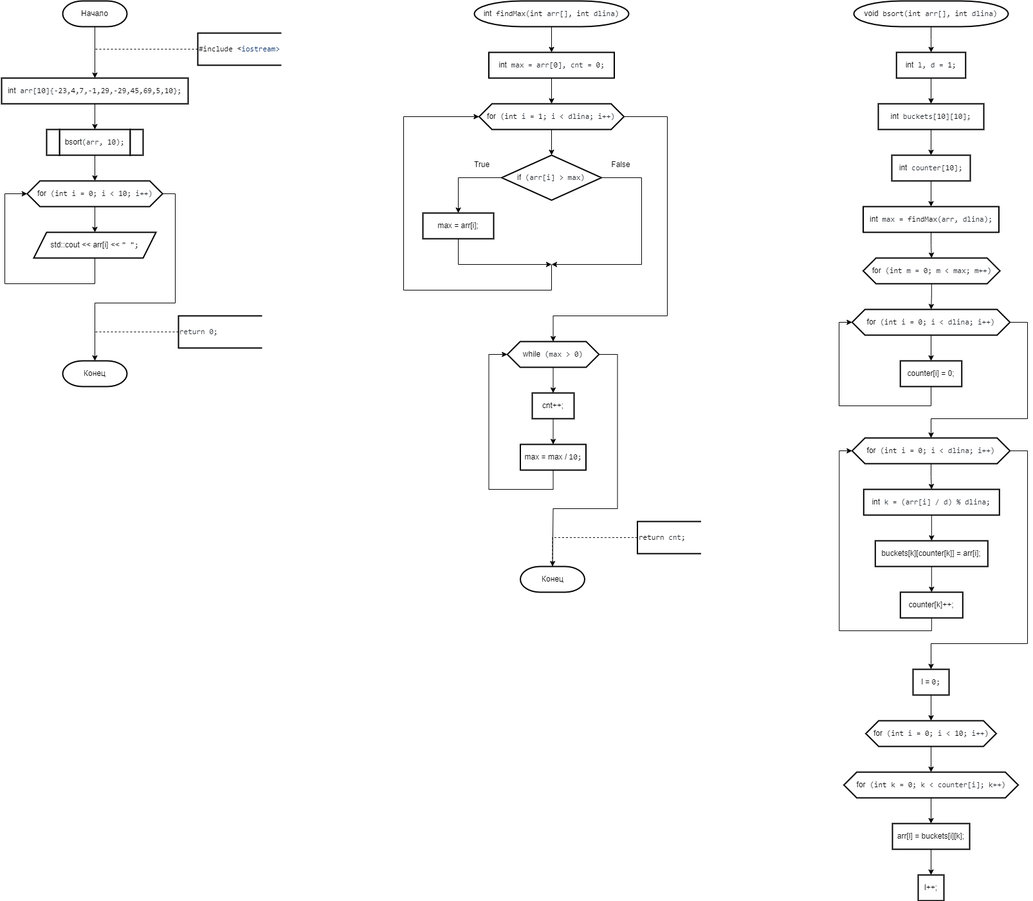
The draw.io diagram 2 Семестр/Labs/№9 Сложные сортировки быстрая (Хоара), слиянием, подсчетом, блочная, Шелла/Блочная.png in IlyaFedoseev227/LABS-PNRPU-IVT-22-1b, before a commit. Source tidied: cells renumbered, new cells last; positions are measured from the earlier drawing's top-left corner, leaving out a move shared by most shapes.
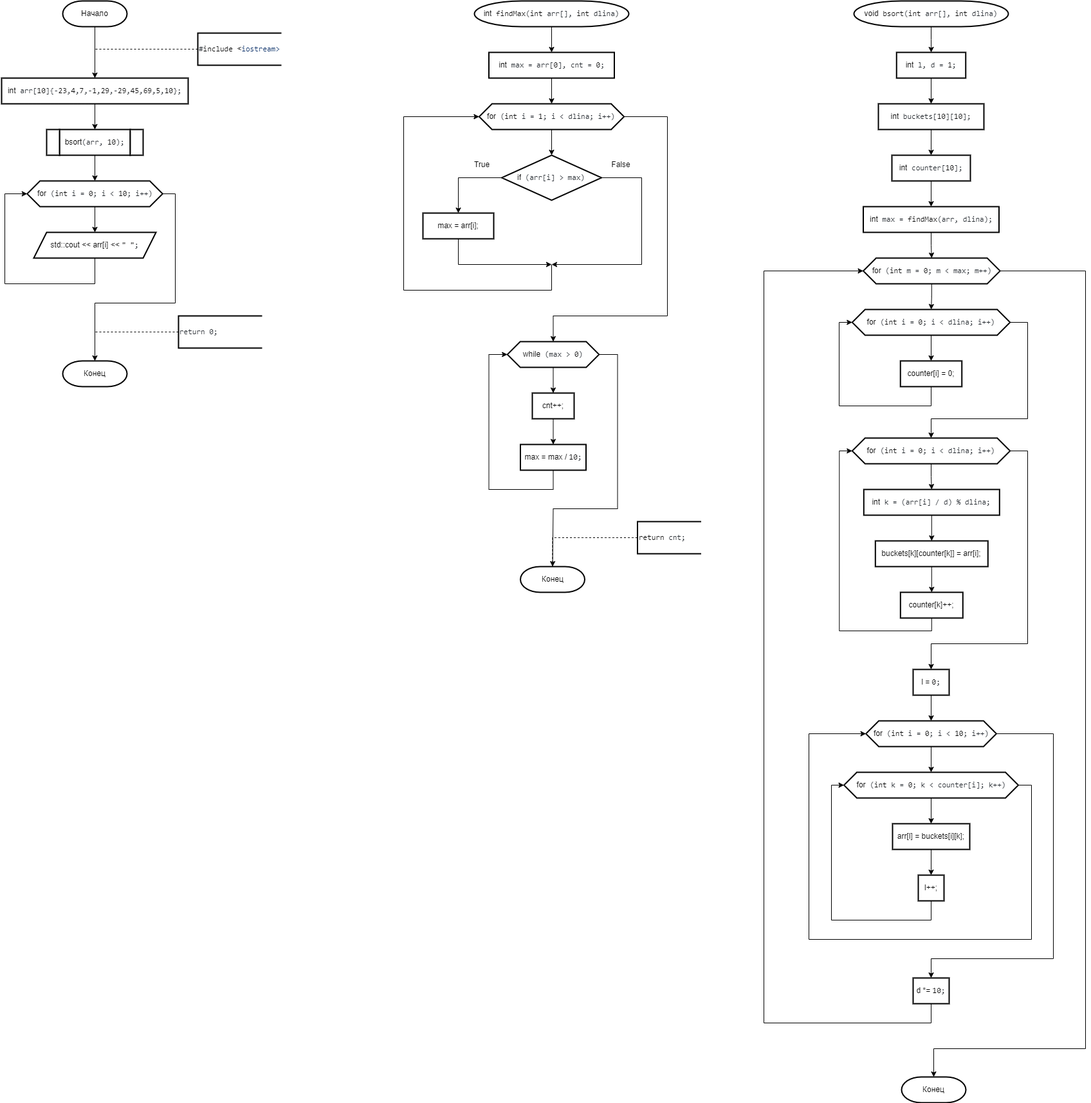
Later version of the same file.

The edit, as a diff of the source:
```diff
@@ -224,6 +224,15 @@
     <mxCell id="55" style="edgeStyle=orthogonalEdgeStyle;rounded=0;jettySize=auto;html=1;exitX=0.5;exitY=1;exitDx=0;exitDy=0;" parent="1" edge="1" source="56" target="59">
       <mxGeometry relative="1" as="geometry" />
     </mxCell>
+    <mxCell id="80" style="edgeStyle=orthogonalEdgeStyle;rounded=0;jettySize=auto;html=1;exitX=1;exitY=0.5;exitDx=0;exitDy=0;entryX=0.5;entryY=0;entryDx=0;entryDy=0;entryPerimeter=0;" parent="1" edge="1" source="56" target="86">
+      <mxGeometry relative="1" as="geometry">
+        <Array as="points">
+          <mxPoint x="1685" y="420" />
+          <mxPoint x="1685" y="1630" />
+          <mxPoint x="1449" y="1630" />
+        </Array>
+      </mxGeometry>
+    </mxCell>
     <mxCell id="56" value="&lt;div style=&quot;text-align: start;&quot;&gt;for&lt;span style=&quot;color: rgb(36, 41, 47); font-family: ui-monospace, SFMono-Regular, &amp;quot;SF Mono&amp;quot;, Menlo, Consolas, &amp;quot;Liberation Mono&amp;quot;, monospace; background-color: rgb(255, 255, 255);&quot;&gt; (&lt;/span&gt;&lt;span style=&quot;box-sizing: border-box; color: var(--color-prettylights-syntax-keyword); font-family: ui-monospace, SFMono-Regular, &amp;quot;SF Mono&amp;quot;, Menlo, Consolas, &amp;quot;Liberation Mono&amp;quot;, monospace; background-color: rgb(255, 255, 255);&quot; class=&quot;pl-k&quot;&gt;int&lt;/span&gt;&lt;span style=&quot;color: rgb(36, 41, 47); font-family: ui-monospace, SFMono-Regular, &amp;quot;SF Mono&amp;quot;, Menlo, Consolas, &amp;quot;Liberation Mono&amp;quot;, monospace; background-color: rgb(255, 255, 255);&quot;&gt; m = &lt;/span&gt;&lt;span style=&quot;box-sizing: border-box; color: var(--color-prettylights-syntax-constant); font-family: ui-monospace, SFMono-Regular, &amp;quot;SF Mono&amp;quot;, Menlo, Consolas, &amp;quot;Liberation Mono&amp;quot;, monospace; background-color: rgb(255, 255, 255);&quot; class=&quot;pl-c1&quot;&gt;0&lt;/span&gt;&lt;span style=&quot;color: rgb(36, 41, 47); font-family: ui-monospace, SFMono-Regular, &amp;quot;SF Mono&amp;quot;, Menlo, Consolas, &amp;quot;Liberation Mono&amp;quot;, monospace; background-color: rgb(255, 255, 255);&quot;&gt;; m &amp;lt; max; m++)&lt;/span&gt;&lt;br&gt;&lt;/div&gt;" style="shape=hexagon;perimeter=hexagonPerimeter2;whiteSpace=wrap;html=1;fixedSize=1;strokeWidth=2;" parent="1" vertex="1">
       <mxGeometry x="1339.5" y="400" width="212.6" height="40" as="geometry" />
     </mxCell>
@@ -296,12 +305,31 @@
     <mxCell id="73" style="edgeStyle=orthogonalEdgeStyle;rounded=0;jettySize=auto;html=1;exitX=0.5;exitY=1;exitDx=0;exitDy=0;" parent="1" edge="1" source="74" target="76">
       <mxGeometry relative="1" as="geometry" />
     </mxCell>
+    <mxCell id="81" style="edgeStyle=orthogonalEdgeStyle;rounded=0;jettySize=auto;html=1;exitX=1;exitY=0.5;exitDx=0;exitDy=0;entryX=0.5;entryY=0;entryDx=0;entryDy=0;" parent="1" edge="1" source="74" target="85">
+      <mxGeometry relative="1" as="geometry">
+        <Array as="points">
+          <mxPoint x="1635" y="1140" />
+          <mxPoint x="1635" y="1490" />
+          <mxPoint x="1445" y="1490" />
+        </Array>
+      </mxGeometry>
+    </mxCell>
     <mxCell id="74" value="&lt;div style=&quot;text-align: start;&quot;&gt;for&lt;span style=&quot;color: rgb(36, 41, 47); font-family: ui-monospace, SFMono-Regular, &amp;quot;SF Mono&amp;quot;, Menlo, Consolas, &amp;quot;Liberation Mono&amp;quot;, monospace; background-color: rgb(255, 255, 255);&quot;&gt; (&lt;/span&gt;&lt;span style=&quot;box-sizing: border-box; color: var(--color-prettylights-syntax-keyword); font-family: ui-monospace, SFMono-Regular, &amp;quot;SF Mono&amp;quot;, Menlo, Consolas, &amp;quot;Liberation Mono&amp;quot;, monospace; background-color: rgb(255, 255, 255);&quot; class=&quot;pl-k&quot;&gt;int&lt;/span&gt;&lt;span style=&quot;color: rgb(36, 41, 47); font-family: ui-monospace, SFMono-Regular, &amp;quot;SF Mono&amp;quot;, Menlo, Consolas, &amp;quot;Liberation Mono&amp;quot;, monospace; background-color: rgb(255, 255, 255);&quot;&gt; i = &lt;/span&gt;&lt;span style=&quot;box-sizing: border-box; color: var(--color-prettylights-syntax-constant); font-family: ui-monospace, SFMono-Regular, &amp;quot;SF Mono&amp;quot;, Menlo, Consolas, &amp;quot;Liberation Mono&amp;quot;, monospace; background-color: rgb(255, 255, 255);&quot; class=&quot;pl-c1&quot;&gt;0&lt;/span&gt;&lt;span style=&quot;color: rgb(36, 41, 47); font-family: ui-monospace, SFMono-Regular, &amp;quot;SF Mono&amp;quot;, Menlo, Consolas, &amp;quot;Liberation Mono&amp;quot;, monospace; background-color: rgb(255, 255, 255);&quot;&gt;; i &amp;lt; &lt;/span&gt;&lt;span style=&quot;box-sizing: border-box; color: var(--color-prettylights-syntax-constant); font-family: ui-monospace, SFMono-Regular, &amp;quot;SF Mono&amp;quot;, Menlo, Consolas, &amp;quot;Liberation Mono&amp;quot;, monospace; background-color: rgb(255, 255, 255);&quot; class=&quot;pl-c1&quot;&gt;10&lt;/span&gt;&lt;span style=&quot;color: rgb(36, 41, 47); font-family: ui-monospace, SFMono-Regular, &amp;quot;SF Mono&amp;quot;, Menlo, Consolas, &amp;quot;Liberation Mono&amp;quot;, monospace; background-color: rgb(255, 255, 255);&quot;&gt;; i++)&lt;/span&gt;&lt;br&gt;&lt;/div&gt;" style="shape=hexagon;perimeter=hexagonPerimeter2;whiteSpace=wrap;html=1;fixedSize=1;strokeWidth=2;" parent="1" vertex="1">
       <mxGeometry x="1343.6" y="1120" width="202.8" height="40" as="geometry" />
     </mxCell>
     <mxCell id="75" style="edgeStyle=orthogonalEdgeStyle;rounded=0;jettySize=auto;html=1;exitX=0.5;exitY=1;exitDx=0;exitDy=0;entryX=0.5;entryY=0;entryDx=0;entryDy=0;" parent="1" edge="1" source="76" target="78">
       <mxGeometry relative="1" as="geometry" />
     </mxCell>
+    <mxCell id="82" style="edgeStyle=orthogonalEdgeStyle;rounded=0;jettySize=auto;html=1;exitX=1;exitY=0.5;exitDx=0;exitDy=0;entryX=0;entryY=0.5;entryDx=0;entryDy=0;" parent="1" edge="1" source="76" target="74">
+      <mxGeometry relative="1" as="geometry">
+        <Array as="points">
+          <mxPoint x="1601" y="1220" />
+          <mxPoint x="1601" y="1460" />
+          <mxPoint x="1255" y="1460" />
+          <mxPoint x="1255" y="1140" />
+        </Array>
+      </mxGeometry>
+    </mxCell>
     <mxCell id="76" value="&lt;div style=&quot;text-align: start;&quot;&gt;for&lt;span style=&quot;color: rgb(36, 41, 47); font-family: ui-monospace, SFMono-Regular, &amp;quot;SF Mono&amp;quot;, Menlo, Consolas, &amp;quot;Liberation Mono&amp;quot;, monospace; background-color: rgb(255, 255, 255);&quot;&gt; (&lt;/span&gt;&lt;span style=&quot;box-sizing: border-box; color: var(--color-prettylights-syntax-keyword); font-family: ui-monospace, SFMono-Regular, &amp;quot;SF Mono&amp;quot;, Menlo, Consolas, &amp;quot;Liberation Mono&amp;quot;, monospace; background-color: rgb(255, 255, 255);&quot; class=&quot;pl-k&quot;&gt;int&lt;/span&gt;&lt;span style=&quot;color: rgb(36, 41, 47); font-family: ui-monospace, SFMono-Regular, &amp;quot;SF Mono&amp;quot;, Menlo, Consolas, &amp;quot;Liberation Mono&amp;quot;, monospace; background-color: rgb(255, 255, 255);&quot;&gt; k = &lt;/span&gt;&lt;span style=&quot;box-sizing: border-box; color: var(--color-prettylights-syntax-constant); font-family: ui-monospace, SFMono-Regular, &amp;quot;SF Mono&amp;quot;, Menlo, Consolas, &amp;quot;Liberation Mono&amp;quot;, monospace; background-color: rgb(255, 255, 255);&quot; class=&quot;pl-c1&quot;&gt;0&lt;/span&gt;&lt;span style=&quot;color: rgb(36, 41, 47); font-family: ui-monospace, SFMono-Regular, &amp;quot;SF Mono&amp;quot;, Menlo, Consolas, &amp;quot;Liberation Mono&amp;quot;, monospace; background-color: rgb(255, 255, 255);&quot;&gt;; k &amp;lt; counter[i]; k++)&lt;/span&gt;&lt;br&gt;&lt;/div&gt;" style="shape=hexagon;perimeter=hexagonPerimeter2;whiteSpace=wrap;html=1;fixedSize=1;strokeWidth=2;" parent="1" vertex="1">
       <mxGeometry x="1309.5" y="1200" width="271" height="40" as="geometry" />
     </mxCell>
@@ -311,8 +339,32 @@
     <mxCell id="78" value="arr[l] = buckets[i][k];" style="shape=parallelogram;perimeter=parallelogramPerimeter;whiteSpace=wrap;html=1;fixedSize=1;strokeWidth=2;size=-6;" parent="1" vertex="1">
       <mxGeometry x="1385" y="1280" width="120" height="40" as="geometry" />
     </mxCell>
+    <mxCell id="83" style="edgeStyle=orthogonalEdgeStyle;rounded=0;jettySize=auto;html=1;exitX=0.5;exitY=1;exitDx=0;exitDy=0;entryX=0;entryY=0.5;entryDx=0;entryDy=0;" parent="1" edge="1" source="79" target="76">
+      <mxGeometry relative="1" as="geometry">
+        <Array as="points">
+          <mxPoint x="1445" y="1430" />
+          <mxPoint x="1290" y="1430" />
+          <mxPoint x="1290" y="1220" />
+        </Array>
+      </mxGeometry>
+    </mxCell>
     <mxCell id="79" value="l++;" style="shape=parallelogram;perimeter=parallelogramPerimeter;whiteSpace=wrap;html=1;fixedSize=1;strokeWidth=2;size=-6;" parent="1" vertex="1">
       <mxGeometry x="1425" y="1360" width="40" height="40" as="geometry" />
     </mxCell>
+    <mxCell id="84" style="edgeStyle=orthogonalEdgeStyle;rounded=0;jettySize=auto;html=1;exitX=0.5;exitY=1;exitDx=0;exitDy=0;entryX=0;entryY=0.5;entryDx=0;entryDy=0;" parent="1" edge="1" source="85" target="56">
+      <mxGeometry relative="1" as="geometry">
+        <Array as="points">
+          <mxPoint x="1445" y="1590" />
+          <mxPoint x="1185" y="1590" />
+          <mxPoint x="1185" y="420" />
+        </Array>
+      </mxGeometry>
+    </mxCell>
+    <mxCell id="85" value="d *= &lt;span style=&quot;box-sizing: border-box; color: var(--color-prettylights-syntax-constant); font-family: ui-monospace, SFMono-Regular, &amp;quot;SF Mono&amp;quot;, Menlo, Consolas, &amp;quot;Liberation Mono&amp;quot;, monospace; text-align: start; background-color: rgb(255, 255, 255);&quot; class=&quot;pl-c1&quot;&gt;10&lt;/span&gt;&lt;span style=&quot;color: rgb(36, 41, 47); font-family: ui-monospace, SFMono-Regular, &amp;quot;SF Mono&amp;quot;, Menlo, Consolas, &amp;quot;Liberation Mono&amp;quot;, monospace; text-align: start; background-color: rgb(255, 255, 255);&quot;&gt;;&lt;/span&gt;" style="shape=parallelogram;perimeter=parallelogramPerimeter;whiteSpace=wrap;html=1;fixedSize=1;strokeWidth=2;size=-6;" parent="1" vertex="1">
+      <mxGeometry x="1417" y="1520" width="56" height="40" as="geometry" />
+    </mxCell>
+    <mxCell id="86" value="Конец" style="strokeWidth=2;html=1;shape=mxgraph.flowchart.terminator;whiteSpace=wrap;" parent="1" vertex="1">
+      <mxGeometry x="1399" y="1674" width="100" height="40" as="geometry" />
+    </mxCell>
   </root>
 </mxGraphModel>
```
